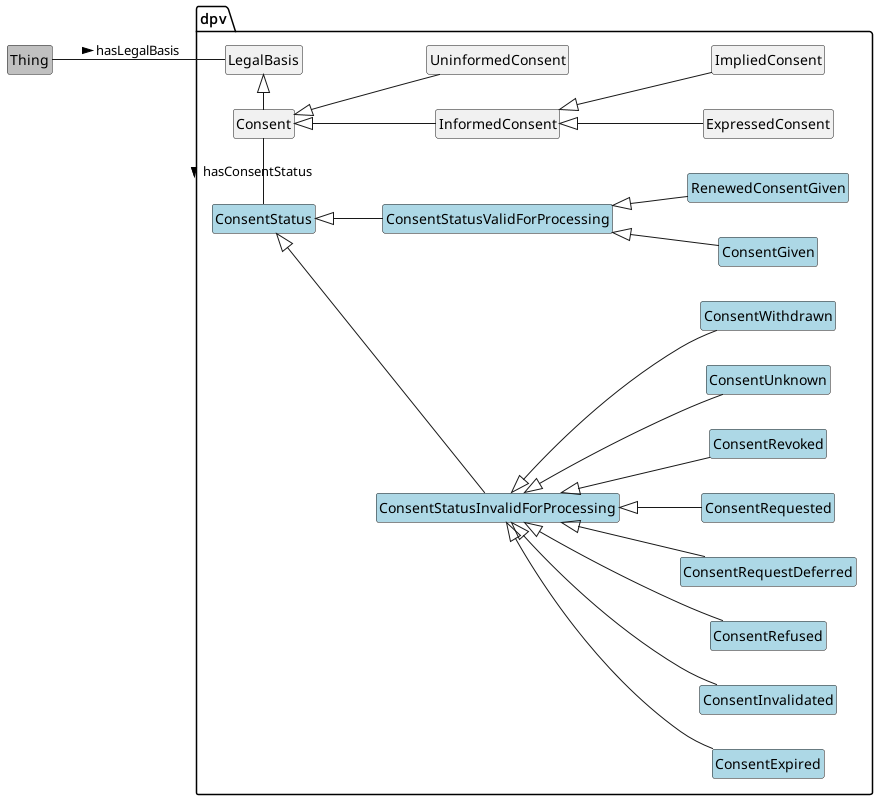
jeswr/dpv keeps this PlantUML diagram as media/Consent.png. Above is the earlier version.
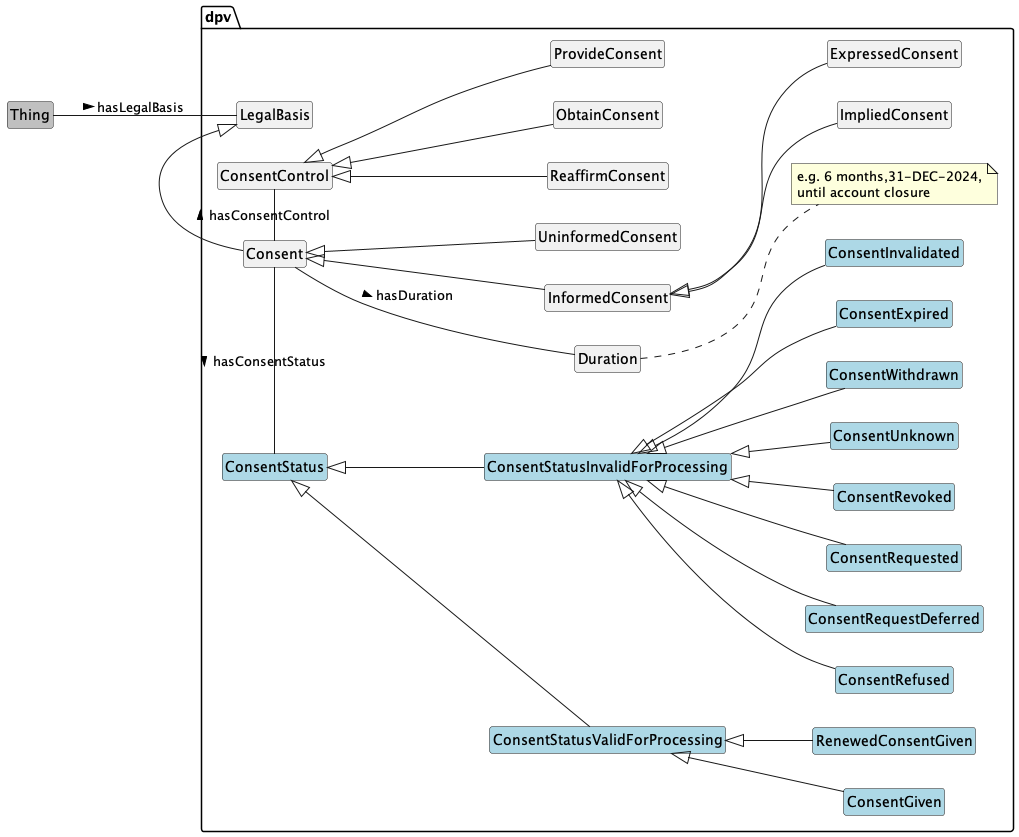
Later version of the same file.

Change to the diagram source:
```diff
@@ -24,13 +24,26 @@
 	class ConsentWithdrawn #LightBlue
 	class ConsentGiven #LightBlue
 	class RenewedConsentGiven #LightBlue
+
+	class Duration
+	note right of Duration : e.g. 6 months,31-DEC-2024,\nuntil account closure
+
+	class ConsentControl
+	class ObtainConsent
+	class ProvideConsent
+	class ReaffirmConsent
 }
 
 Thing -- LegalBasis: hasLegalBasis >
 LegalBasis <|-l- Consent
 Consent -l- ConsentStatus: hasConsentStatus >
+Consent -r- ConsentControl: hasConsentControl >
 ConsentStatus <|-- ConsentStatusValidForProcessing
 ConsentStatus <|-- ConsentStatusInvalidForProcessing
+
+ConsentControl <|-- ObtainConsent
+ConsentControl <|-- ProvideConsent
+ConsentControl <|-- ReaffirmConsent
 
 Consent <|-- InformedConsent
 InformedConsent <|-- ExpressedConsent
@@ -48,4 +61,7 @@
 ConsentStatusValidForProcessing <|-- ConsentGiven
 ConsentStatusValidForProcessing <|-- RenewedConsentGiven
 
+Consent -- Duration : hasDuration >
+
+
 @enduml
```
